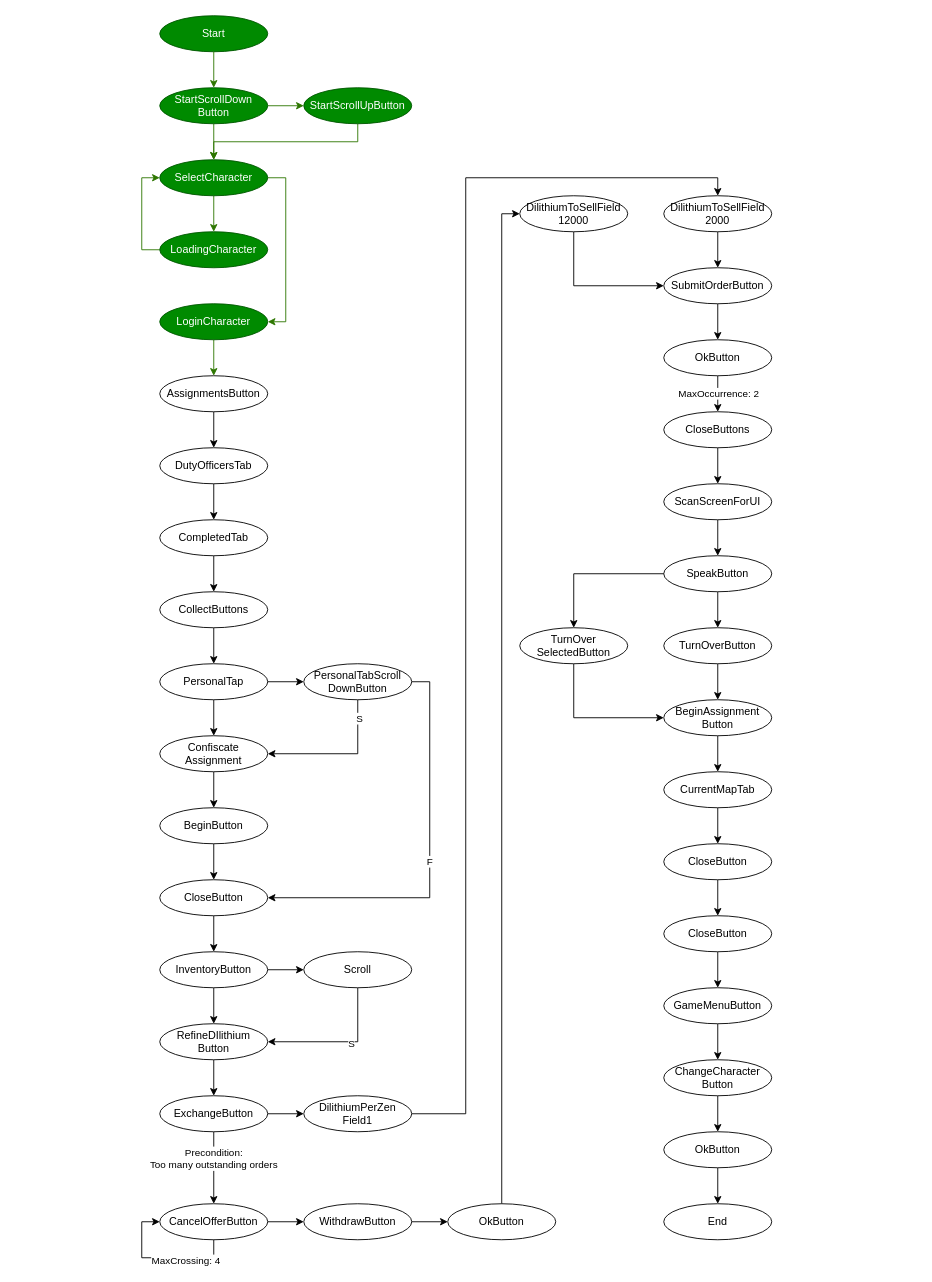
Above: AutoFarmer.drawio in Tomaszon/AutoFarmer (draw.io), before the change. Source tidied: cells renumbered, new cells numbered last; positions are measured from the earlier drawing's top-left corner, leaving out a move shared by most shapes. Both pictures are drawn from the tidied source at 90%, with x=0, y=0 at pixel (141, 15).
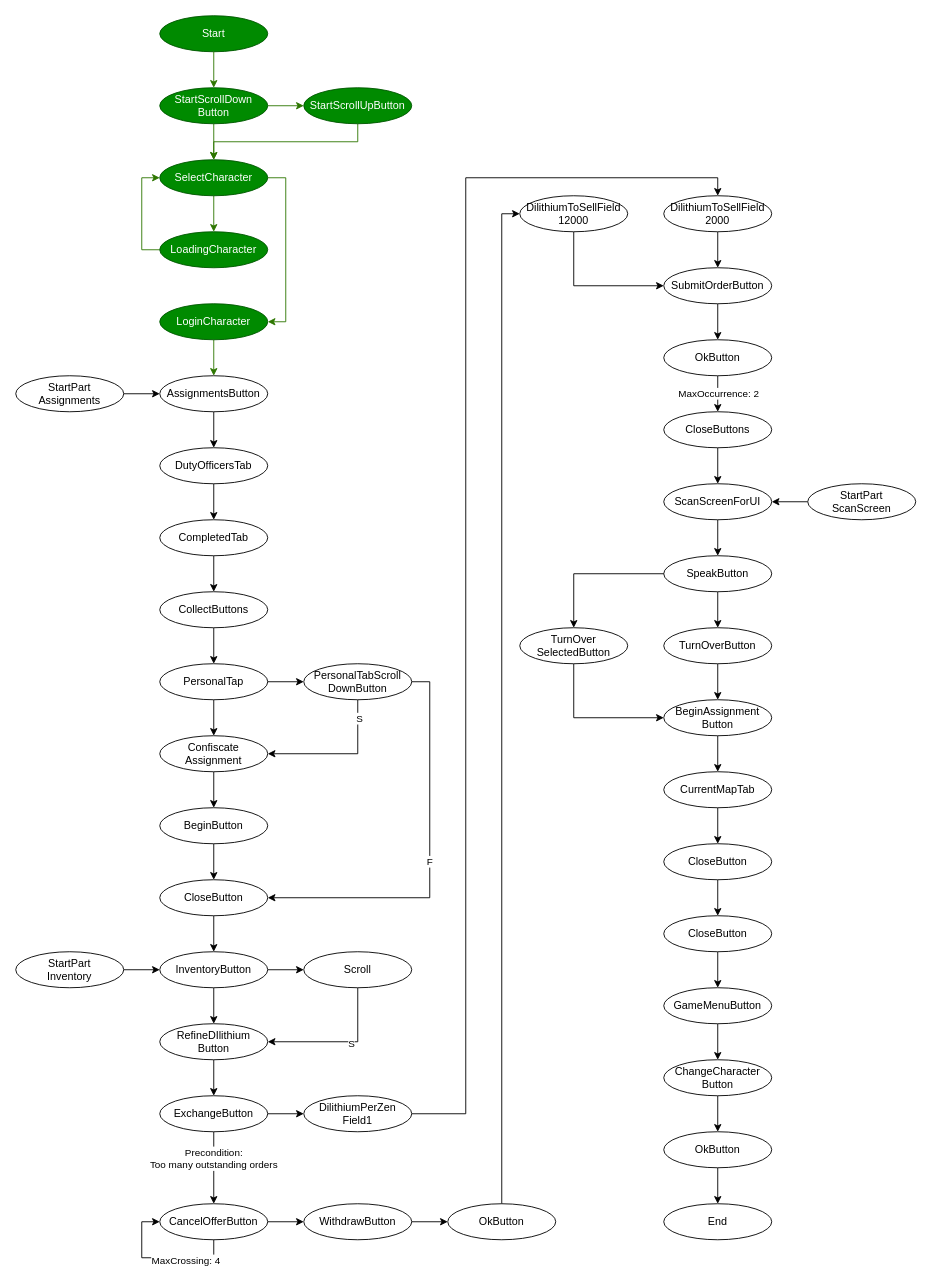
After the change.

The change refers to these unchanged cells:
```xml
<mxCell id="6" value="AssignmentsButton" style="ellipse;whiteSpace=wrap;html=1;" parent="1" vertex="1">
  <mxGeometry x="20" y="400" width="120" height="40" as="geometry" />
</mxCell>
<mxCell id="23" value="InventoryButton" style="ellipse;whiteSpace=wrap;html=1;" parent="1" vertex="1">
  <mxGeometry x="20" y="1040" width="120" height="40" as="geometry" />
</mxCell>
<mxCell id="51" value="ScanScreenForUI" style="ellipse;whiteSpace=wrap;html=1;" parent="1" vertex="1">
  <mxGeometry x="580" y="520" width="120" height="40" as="geometry" />
</mxCell>
```

Change to the diagram source:
```diff
@@
+    <mxCell id="94" style="edgeStyle=orthogonalEdgeStyle;rounded=0;jettySize=auto;html=1;exitX=1;exitY=0.5;exitDx=0;exitDy=0;entryX=0;entryY=0.5;entryDx=0;entryDy=0;" parent="1" edge="1" source="95" target="6">
+      <mxGeometry relative="1" as="geometry" />
+    </mxCell>
+    <mxCell id="95" value="StartPart&lt;br&gt;Assignments" style="ellipse;whiteSpace=wrap;html=1;" parent="1" vertex="1">
+      <mxGeometry x="-140" y="400" width="120" height="40" as="geometry" />
+    </mxCell>
@@
+    <mxCell id="96" style="edgeStyle=orthogonalEdgeStyle;rounded=0;jettySize=auto;html=1;exitX=1;exitY=0.5;exitDx=0;exitDy=0;entryX=0;entryY=0.5;entryDx=0;entryDy=0;" parent="1" edge="1" source="97" target="23">
+      <mxGeometry relative="1" as="geometry" />
+    </mxCell>
+    <mxCell id="97" value="StartPart&lt;br&gt;Inventory" style="ellipse;whiteSpace=wrap;html=1;" parent="1" vertex="1">
+      <mxGeometry x="-140" y="1040" width="120" height="40" as="geometry" />
+    </mxCell>
+    <mxCell id="98" style="edgeStyle=orthogonalEdgeStyle;rounded=0;jettySize=auto;html=1;exitX=0;exitY=0.5;exitDx=0;exitDy=0;entryX=1;entryY=0.5;entryDx=0;entryDy=0;" parent="1" edge="1" source="99" target="51">
+      <mxGeometry relative="1" as="geometry" />
+    </mxCell>
+    <mxCell id="99" value="StartPart&lt;br&gt;ScanScreen" style="ellipse;whiteSpace=wrap;html=1;" parent="1" vertex="1">
+      <mxGeometry x="740" y="520" width="120" height="40" as="geometry" />
+    </mxCell>
```
